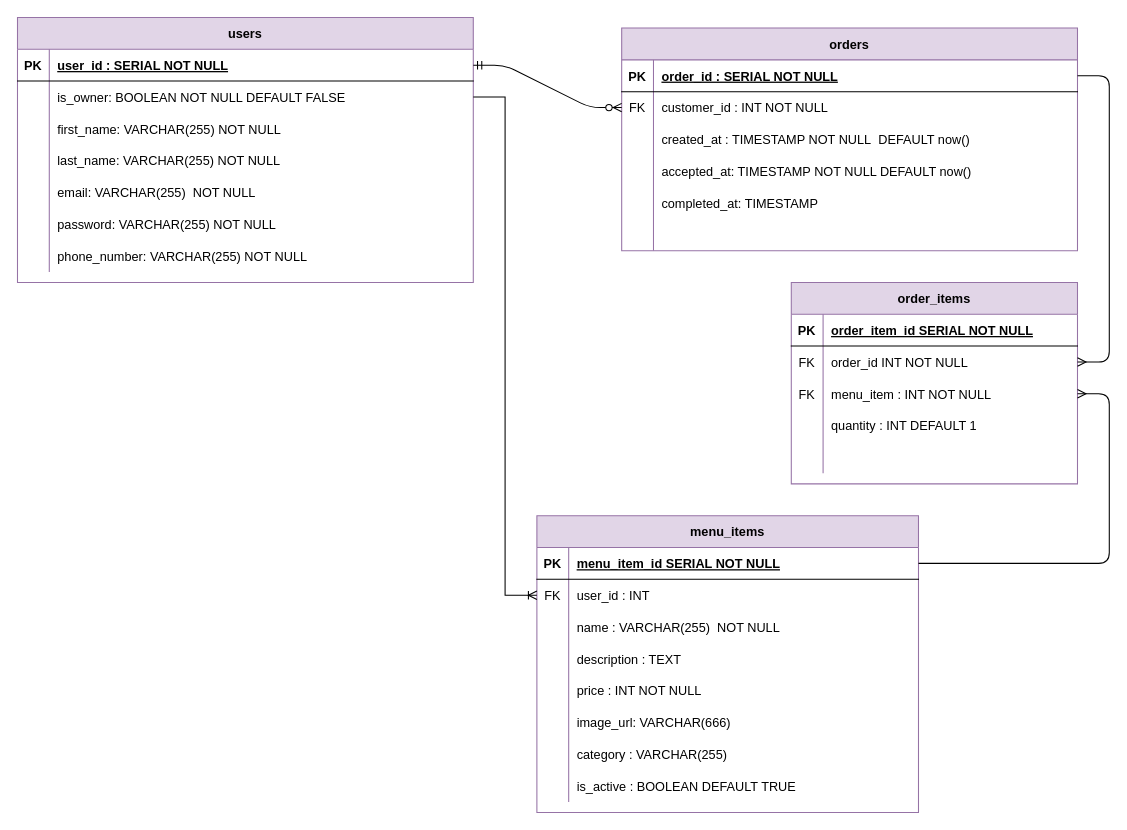
Enired/dds-food keeps this draw.io diagram as planning/midterm.drawio. Above is the earlier version. Source tidied: cells renumbered, new cells numbered last; positions are measured from the earlier drawing's top-left corner, leaving out a move shared by most shapes. Both pictures are drawn from the tidied source at 106%, with x=0, y=0 at pixel (17, 17).
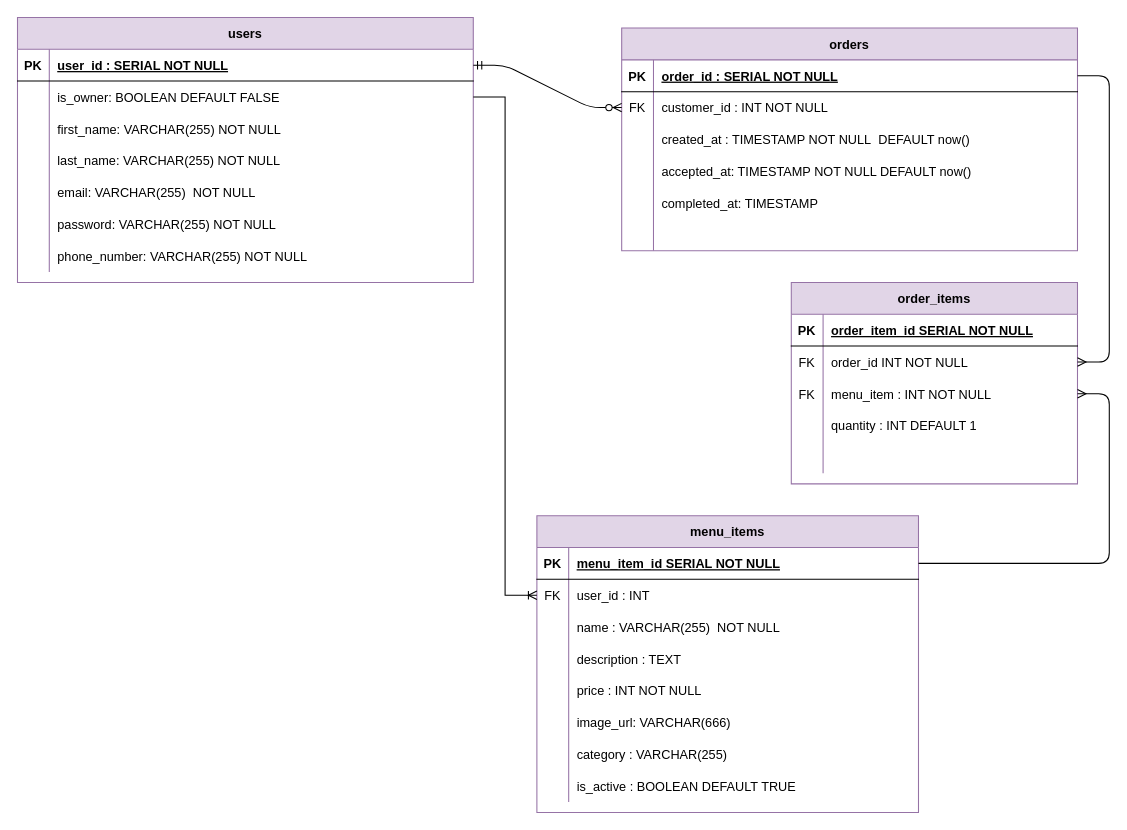
The same diagram, later.

The change refers to these unchanged cells:
```xml
<mxCell id="6" style="shape=tableRow;horizontal=0;startSize=0;swimlaneHead=0;swimlaneBody=0;fillColor=none;points=[[0,0.5],[1,0.5]];portConstraint=eastwest;top=0;left=0;right=0;bottom=0;" parent="2" vertex="1">
  <mxGeometry y="60" width="430" height="30" as="geometry" />
</mxCell>
```

Change to the diagram source:
```diff
@@
-    <mxCell id="8" value="is_owner: BOOLEAN NOT NULL DEFAULT FALSE" style="shape=partialRectangle;fillColor=none;top=0;left=0;bottom=0;right=0;align=left;spacingLeft=6;overflow=hidden;" parent="6" vertex="1">
+    <mxCell id="8" value="is_owner: BOOLEAN DEFAULT FALSE" style="shape=partialRectangle;fillColor=none;top=0;left=0;bottom=0;right=0;align=left;spacingLeft=6;overflow=hidden;" parent="6" vertex="1">
       <mxGeometry x="30" width="400" height="30" as="geometry" />
     </mxCell>
```
